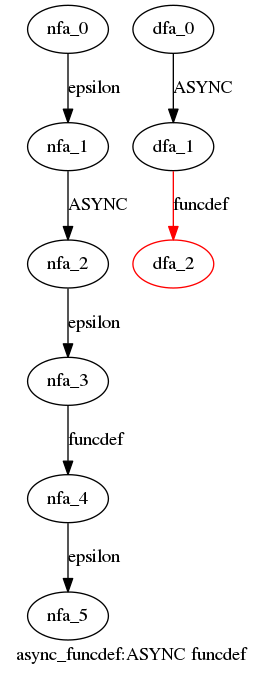
Earlier version of the Graphviz export cpython/grammar/handwrite/nfa_dfas/6.async_funcdef.dot.png (WinChua/blog). Its source is kept beside it as cpython/grammar/handwrite/nfa_dfas/6.async_funcdef.dot. Source of this version:
```dot
digraph async_funcdef {
 graph[label="async_funcdef:ASYNC funcdef"]
 subgraph async_funcdef_nfa {
  nfa_0->nfa_1[label="epsilon"]
  nfa_1->nfa_2[label="ASYNC"]
  nfa_2->nfa_3[label="epsilon"]
  nfa_3->nfa_4[label="funcdef"]
  nfa_4->nfa_5[label="epsilon"]
  }
 subgraph async_funcdef_dfa {
  dfa_0->dfa_1[label="ASYNC"]
  dfa_1->dfa_2[label="funcdef",color=red]
  dfa_2[color=red]
  }
}
```
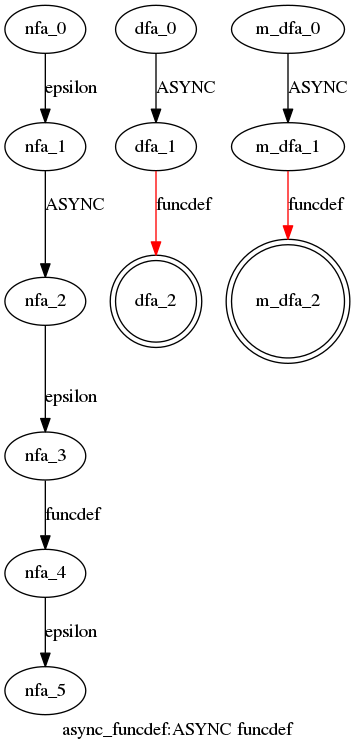
After the commit.

Change to the diagram source:
```diff
@@ -10,6 +10,11 @@
  subgraph async_funcdef_dfa {
   dfa_0->dfa_1[label="ASYNC"]
   dfa_1->dfa_2[label="funcdef",color=red]
-  dfa_2[color=red]
+  dfa_2[shape=doublecircle]
+  }
+ subgraph async_funcdef_m_dfa {
+  m_dfa_0->m_dfa_1[label="ASYNC"]
+  m_dfa_1->m_dfa_2[label="funcdef",color=red]
+  m_dfa_2[shape=doublecircle]
   }
 }
```
